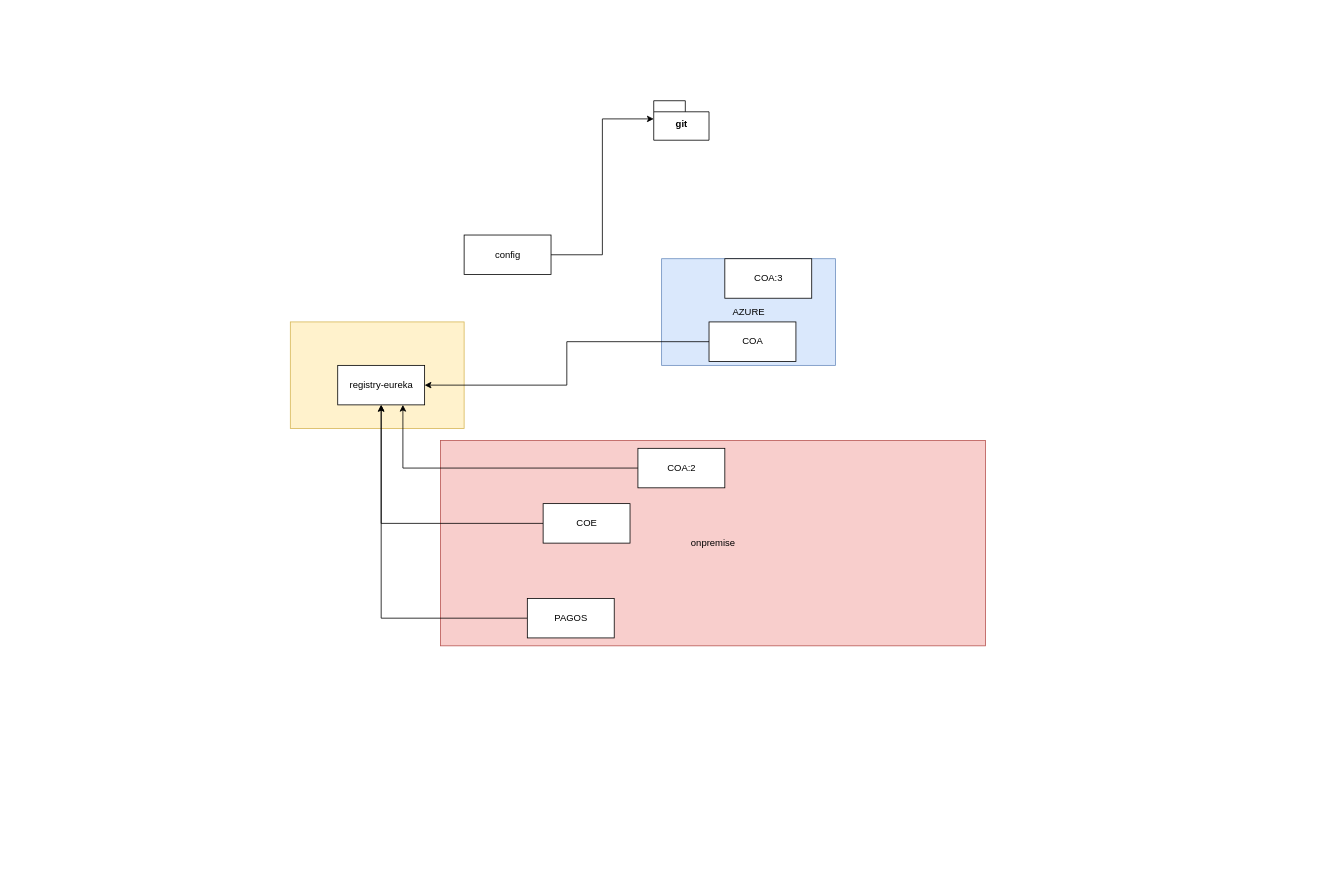
This is page "Página-3" (3 of 4) of diagramas.drawio from gocahum/sistema-academia, a draw.io file, before an edit. Source tidied: cells renumbered, new cells numbered last; positions are measured from the earlier drawing's top-left corner, leaving out a move shared by most shapes. Both pictures are drawn from the tidied source at 79%, with x=0, y=0 at pixel (290, 100).
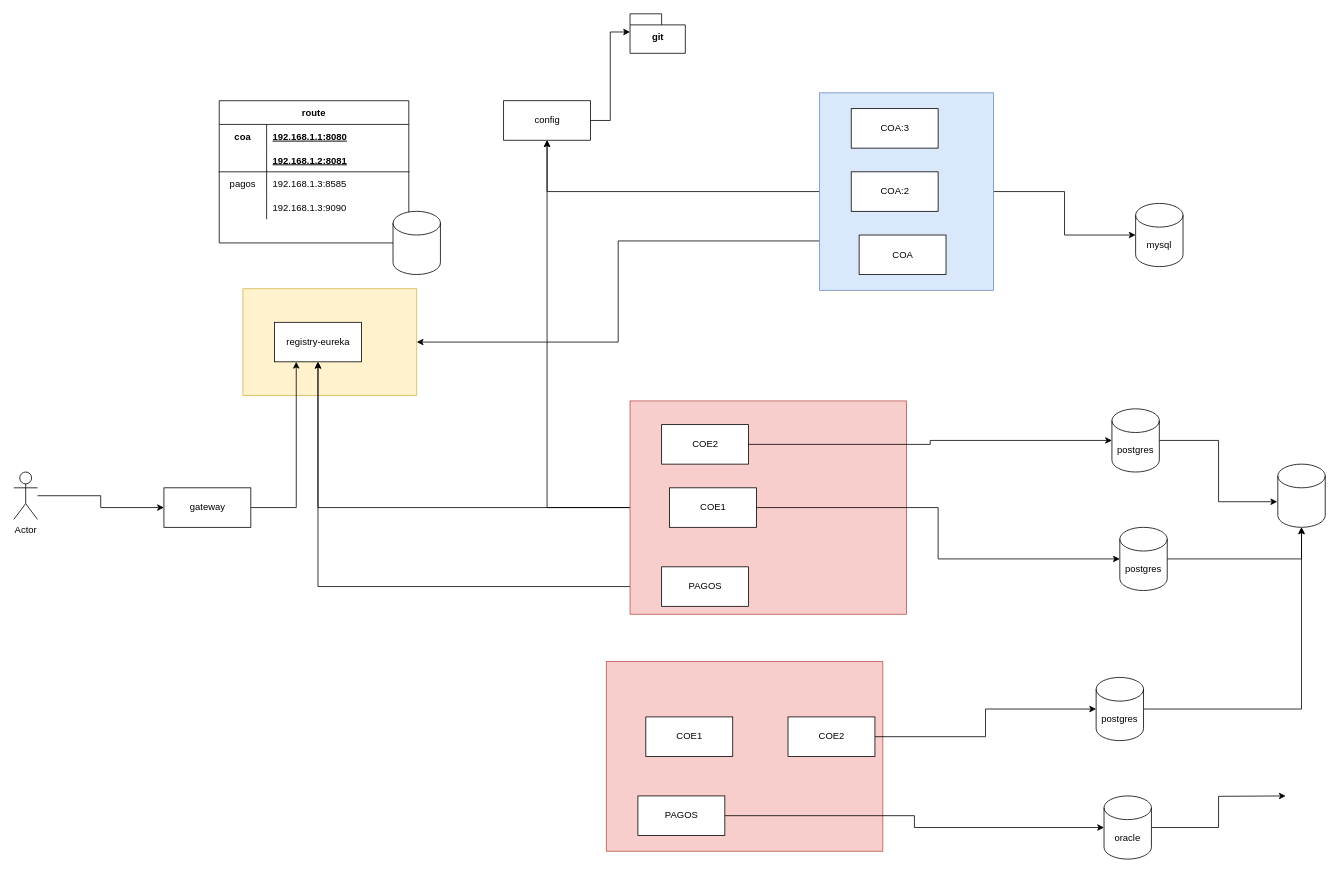
The same page after the edit.

The edit, as a diff of the source:
```diff
@@
     <mxCell id="2" style="html=1;fillColor=#fff2cc;strokeColor=#d6b656;" parent="1" vertex="1">
-      <mxGeometry y="280" width="220" height="135" as="geometry" />
+      <mxGeometry x="-60" y="238" width="220" height="135" as="geometry" />
     </mxCell>
-    <mxCell id="3" value="onpremise" style="html=1;fillColor=#f8cecc;strokeColor=#b85450;" parent="1" vertex="1">
-      <mxGeometry x="190" y="430" width="690" height="260" as="geometry" />
-    </mxCell>
+    <mxCell id="18" style="edgeStyle=orthogonalEdgeStyle;rounded=0;jettySize=auto;html=1;entryX=0.5;entryY=1;entryDx=0;entryDy=0;" parent="1" edge="1" source="3" target="12">
+      <mxGeometry relative="1" as="geometry" />
+    </mxCell>
+    <mxCell id="19" style="edgeStyle=orthogonalEdgeStyle;rounded=0;jettySize=auto;html=1;exitX=0;exitY=0.5;exitDx=0;exitDy=0;entryX=0.5;entryY=1;entryDx=0;entryDy=0;" parent="1" edge="1" source="4" target="12">
+      <mxGeometry relative="1" as="geometry" />
+    </mxCell>
+    <mxCell id="20" style="edgeStyle=orthogonalEdgeStyle;rounded=0;jettySize=auto;html=1;exitX=0;exitY=0.75;exitDx=0;exitDy=0;entryX=1;entryY=0.5;entryDx=0;entryDy=0;" parent="1" edge="1" source="4" target="2">
+      <mxGeometry relative="1" as="geometry" />
+    </mxCell>
+    <mxCell id="21" style="edgeStyle=orthogonalEdgeStyle;rounded=0;jettySize=auto;html=1;" parent="1" edge="1" source="4" target="49">
+      <mxGeometry relative="1" as="geometry" />
+    </mxCell>
-    <mxCell id="4" value="AZURE" style="html=1;fillColor=#dae8fc;strokeColor=#6c8ebf;" parent="1" vertex="1">
-      <mxGeometry x="470" y="200" width="220" height="135" as="geometry" />
+    <mxCell id="4" style="html=1;fillColor=#dae8fc;strokeColor=#6c8ebf;" parent="1" vertex="1">
+      <mxGeometry x="670" y="-10" width="220" height="250" as="geometry" />
     </mxCell>
-    <mxCell id="5" style="edgeStyle=orthogonalEdgeStyle;rounded=0;jettySize=auto;html=1;entryX=1;entryY=0.5;entryDx=0;entryDy=0;" parent="1" edge="1" source="6" target="14">
-      <mxGeometry relative="1" as="geometry" />
-    </mxCell>
     <mxCell id="6" value="COA" style="html=1;" parent="1" vertex="1">
-      <mxGeometry x="530" y="280" width="110" height="50" as="geometry" />
+      <mxGeometry x="720" y="170" width="110" height="50" as="geometry" />
     </mxCell>
@@
-    <mxCell id="8" value="COE" style="html=1;" parent="1" vertex="1">
-      <mxGeometry x="320" y="510" width="110" height="50" as="geometry" />
-    </mxCell>
@@
-    <mxCell id="10" value="PAGOS" style="html=1;" parent="1" vertex="1">
-      <mxGeometry x="300" y="630" width="110" height="50" as="geometry" />
-    </mxCell>
@@
     <mxCell id="12" value="config" style="html=1;" parent="1" vertex="1">
-      <mxGeometry x="220" y="170" width="110" height="50" as="geometry" />
+      <mxGeometry x="270" width="110" height="50" as="geometry" />
     </mxCell>
     <mxCell id="13" value="git" style="shape=folder;fontStyle=1;spacingTop=10;tabWidth=40;tabHeight=14;tabPosition=left;html=1;" parent="1" vertex="1">
-      <mxGeometry x="460" width="70" height="50" as="geometry" />
+      <mxGeometry x="430" y="-110" width="70" height="50" as="geometry" />
     </mxCell>
     <mxCell id="14" value="registry-eureka" style="html=1;" parent="1" vertex="1">
-      <mxGeometry x="60" y="335" width="110" height="50" as="geometry" />
+      <mxGeometry x="-20" y="280.5" width="110" height="50" as="geometry" />
     </mxCell>
-    <mxCell id="15" style="edgeStyle=orthogonalEdgeStyle;rounded=0;jettySize=auto;html=1;entryX=0.75;entryY=1;entryDx=0;entryDy=0;" parent="1" edge="1" source="16" target="14">
-      <mxGeometry relative="1" as="geometry" />
-    </mxCell>
     <mxCell id="16" value="COA:2" style="html=1;" parent="1" vertex="1">
-      <mxGeometry x="440" y="440" width="110" height="50" as="geometry" />
+      <mxGeometry x="710" y="90" width="110" height="50" as="geometry" />
     </mxCell>
     <mxCell id="17" value="COA:3" style="html=1;" parent="1" vertex="1">
-      <mxGeometry x="550" y="200" width="110" height="50" as="geometry" />
+      <mxGeometry x="710" y="10" width="110" height="50" as="geometry" />
     </mxCell>
+    <mxCell id="22" style="edgeStyle=orthogonalEdgeStyle;rounded=0;jettySize=auto;html=1;entryX=0.25;entryY=1;entryDx=0;entryDy=0;" parent="1" edge="1" source="23" target="14">
+      <mxGeometry relative="1" as="geometry" />
+    </mxCell>
+    <mxCell id="23" value="gateway" style="html=1;" parent="1" vertex="1">
+      <mxGeometry x="-160" y="490" width="110" height="50" as="geometry" />
+    </mxCell>
+    <mxCell id="24" value="route" style="shape=table;startSize=30;childLayout=tableLayout;rowLines=0;fontStyle=1;align=center;" parent="1" vertex="1">
+      <mxGeometry x="-90" width="240" height="180" as="geometry" />
+    </mxCell>
+    <mxCell id="25" style="shape=tableRow;horizontal=0;startSize=0;swimlaneHead=0;swimlaneBody=0;fillColor=none;top=0;left=0;right=0;bottom=0;" parent="24" vertex="1">
+      <mxGeometry y="30" width="240" height="30" as="geometry" />
+    </mxCell>
+    <mxCell id="26" value="coa" style="shape=partialRectangle;fillColor=none;top=0;left=0;bottom=0;right=0;fontStyle=1;overflow=hidden;" parent="25" vertex="1">
+      <mxGeometry width="60" height="30" as="geometry" />
+    </mxCell>
+    <mxCell id="27" value="192.168.1.1:8080" style="shape=partialRectangle;fillColor=none;top=0;left=0;bottom=0;right=0;align=left;spacingLeft=6;fontStyle=5;overflow=hidden;" parent="25" vertex="1">
+      <mxGeometry x="60" width="180" height="30" as="geometry" />
+    </mxCell>
+    <mxCell id="28" style="shape=tableRow;horizontal=0;startSize=0;swimlaneHead=0;swimlaneBody=0;fillColor=none;top=0;left=0;right=0;bottom=1;" parent="24" vertex="1">
+      <mxGeometry y="60" width="240" height="30" as="geometry" />
+    </mxCell>
+    <mxCell id="29" style="shape=partialRectangle;fillColor=none;top=0;left=0;bottom=0;right=0;fontStyle=1;overflow=hidden;" parent="28" vertex="1">
+      <mxGeometry width="60" height="30" as="geometry" />
+    </mxCell>
+    <mxCell id="30" value="192.168.1.2:8081" style="shape=partialRectangle;fillColor=none;top=0;left=0;bottom=0;right=0;align=left;spacingLeft=6;fontStyle=5;overflow=hidden;" parent="28" vertex="1">
+      <mxGeometry x="60" width="180" height="30" as="geometry" />
+    </mxCell>
+    <mxCell id="31" style="shape=tableRow;horizontal=0;startSize=0;swimlaneHead=0;swimlaneBody=0;fillColor=none;top=0;left=0;right=0;bottom=0;" parent="24" vertex="1">
+      <mxGeometry y="90" width="240" height="30" as="geometry" />
+    </mxCell>
+    <mxCell id="32" value="pagos" style="shape=partialRectangle;fillColor=none;top=0;left=0;bottom=0;right=0;overflow=hidden;" parent="31" vertex="1">
+      <mxGeometry width="60" height="30" as="geometry" />
+    </mxCell>
+    <mxCell id="33" value="192.168.1.3:8585" style="shape=partialRectangle;fillColor=none;top=0;left=0;bottom=0;right=0;align=left;spacingLeft=6;overflow=hidden;" parent="31" vertex="1">
+      <mxGeometry x="60" width="180" height="30" as="geometry" />
+    </mxCell>
+    <mxCell id="34" style="shape=tableRow;horizontal=0;startSize=0;swimlaneHead=0;swimlaneBody=0;fillColor=none;top=0;left=0;right=0;bottom=0;" parent="24" vertex="1">
+      <mxGeometry y="120" width="240" height="30" as="geometry" />
+    </mxCell>
+    <mxCell id="35" style="shape=partialRectangle;fillColor=none;top=0;left=0;bottom=0;right=0;overflow=hidden;" parent="34" vertex="1">
+      <mxGeometry width="60" height="30" as="geometry" />
+    </mxCell>
+    <mxCell id="36" value="192.168.1.3:9090" style="shape=partialRectangle;fillColor=none;top=0;left=0;bottom=0;right=0;align=left;spacingLeft=6;overflow=hidden;" parent="34" vertex="1">
+      <mxGeometry x="60" width="180" height="30" as="geometry" />
+    </mxCell>
+    <mxCell id="37" style="edgeStyle=orthogonalEdgeStyle;rounded=0;jettySize=auto;html=1;entryX=0;entryY=0.5;entryDx=0;entryDy=0;" parent="1" edge="1" source="38" target="23">
+      <mxGeometry relative="1" as="geometry" />
+    </mxCell>
+    <mxCell id="38" value="Actor" style="shape=umlActor;verticalLabelPosition=bottom;verticalAlign=top;html=1;outlineConnect=0;" parent="1" vertex="1">
+      <mxGeometry x="-350" y="470" width="30" height="60" as="geometry" />
+    </mxCell>
+    <mxCell id="39" style="group;" parent="1" vertex="1">
+      <mxGeometry x="430" y="420" width="350" height="240" as="geometry" />
+    </mxCell>
+    <mxCell id="3" style="html=1;fillColor=#f8cecc;strokeColor=#b85450;" parent="39" vertex="1">
+      <mxGeometry y="-40" width="350" height="270" as="geometry" />
+    </mxCell>
+    <mxCell id="8" value="COE1" style="html=1;" parent="39" vertex="1">
+      <mxGeometry x="50" y="70" width="110" height="50" as="geometry" />
+    </mxCell>
+    <mxCell id="10" value="PAGOS" style="html=1;" parent="39" vertex="1">
+      <mxGeometry x="40" y="170" width="110" height="50" as="geometry" />
+    </mxCell>
+    <mxCell id="40" value="COE2" style="html=1;" parent="39" vertex="1">
+      <mxGeometry x="40" y="-10" width="110" height="50" as="geometry" />
+    </mxCell>
+    <mxCell id="41" style="group;" parent="1" vertex="1">
+      <mxGeometry x="400" y="710" width="350" height="240" as="geometry" />
+    </mxCell>
+    <mxCell id="42" style="html=1;fillColor=#f8cecc;strokeColor=#b85450;" parent="41" vertex="1">
+      <mxGeometry width="350" height="240" as="geometry" />
+    </mxCell>
+    <mxCell id="43" value="COE1" style="html=1;" parent="41" vertex="1">
+      <mxGeometry x="50" y="70" width="110" height="50" as="geometry" />
+    </mxCell>
+    <mxCell id="44" value="PAGOS" style="html=1;" parent="41" vertex="1">
+      <mxGeometry x="40" y="170" width="110" height="50" as="geometry" />
+    </mxCell>
+    <mxCell id="45" value="COE2" style="html=1;" parent="41" vertex="1">
+      <mxGeometry x="230" y="70" width="110" height="50" as="geometry" />
+    </mxCell>
+    <mxCell id="46" style="shape=cylinder3;whiteSpace=wrap;html=1;boundedLbl=1;backgroundOutline=1;size=15;" parent="1" vertex="1">
+      <mxGeometry x="130" y="140" width="60" height="80" as="geometry" />
+    </mxCell>
+    <mxCell id="47" style="edgeStyle=orthogonalEdgeStyle;rounded=0;jettySize=auto;html=1;entryX=-0.012;entryY=0.595;entryDx=0;entryDy=0;entryPerimeter=0;" parent="1" edge="1" source="48" target="54">
+      <mxGeometry relative="1" as="geometry" />
+    </mxCell>
+    <mxCell id="48" value="postgres" style="shape=cylinder3;whiteSpace=wrap;html=1;boundedLbl=1;backgroundOutline=1;size=15;" parent="1" vertex="1">
+      <mxGeometry x="1040" y="390" width="60" height="80" as="geometry" />
+    </mxCell>
+    <mxCell id="49" value="mysql" style="shape=cylinder3;whiteSpace=wrap;html=1;boundedLbl=1;backgroundOutline=1;size=15;" parent="1" vertex="1">
+      <mxGeometry x="1070" y="130" width="60" height="80" as="geometry" />
+    </mxCell>
+    <mxCell id="50" style="edgeStyle=orthogonalEdgeStyle;rounded=0;jettySize=auto;html=1;exitX=1;exitY=0.5;exitDx=0;exitDy=0;" parent="1" edge="1" source="40" target="48">
+      <mxGeometry relative="1" as="geometry" />
+    </mxCell>
+    <mxCell id="51" style="edgeStyle=orthogonalEdgeStyle;rounded=0;jettySize=auto;html=1;entryX=0.5;entryY=1;entryDx=0;entryDy=0;entryPerimeter=0;" parent="1" edge="1" source="52" target="54">
+      <mxGeometry relative="1" as="geometry" />
+    </mxCell>
+    <mxCell id="52" value="postgres" style="shape=cylinder3;whiteSpace=wrap;html=1;boundedLbl=1;backgroundOutline=1;size=15;" parent="1" vertex="1">
+      <mxGeometry x="1050" y="540" width="60" height="80" as="geometry" />
+    </mxCell>
+    <mxCell id="53" style="edgeStyle=orthogonalEdgeStyle;rounded=0;jettySize=auto;html=1;" parent="1" edge="1" source="8" target="52">
+      <mxGeometry relative="1" as="geometry" />
+    </mxCell>
+    <mxCell id="54" style="shape=cylinder3;whiteSpace=wrap;html=1;boundedLbl=1;backgroundOutline=1;size=15;" parent="1" vertex="1">
+      <mxGeometry x="1250" y="460" width="60" height="80" as="geometry" />
+    </mxCell>
+    <mxCell id="55" style="edgeStyle=orthogonalEdgeStyle;rounded=0;jettySize=auto;html=1;" parent="1" edge="1" source="56" target="54">
+      <mxGeometry relative="1" as="geometry" />
+    </mxCell>
+    <mxCell id="56" value="postgres" style="shape=cylinder3;whiteSpace=wrap;html=1;boundedLbl=1;backgroundOutline=1;size=15;" parent="1" vertex="1">
+      <mxGeometry x="1020" y="730" width="60" height="80" as="geometry" />
+    </mxCell>
+    <mxCell id="57" style="edgeStyle=orthogonalEdgeStyle;rounded=0;jettySize=auto;html=1;entryX=0.5;entryY=1;entryDx=0;entryDy=0;entryPerimeter=0;" parent="1" edge="1" source="58">
+      <mxGeometry relative="1" as="geometry">
+        <mxPoint x="1260" y="880" as="targetPoint" />
+      </mxGeometry>
+    </mxCell>
+    <mxCell id="58" value="oracle" style="shape=cylinder3;whiteSpace=wrap;html=1;boundedLbl=1;backgroundOutline=1;size=15;" parent="1" vertex="1">
+      <mxGeometry x="1030" y="880" width="60" height="80" as="geometry" />
+    </mxCell>
+    <mxCell id="59" style="edgeStyle=orthogonalEdgeStyle;rounded=0;jettySize=auto;html=1;" parent="1" edge="1" source="45" target="56">
+      <mxGeometry relative="1" as="geometry" />
+    </mxCell>
+    <mxCell id="60" style="edgeStyle=orthogonalEdgeStyle;rounded=0;jettySize=auto;html=1;" parent="1" edge="1" source="44" target="58">
+      <mxGeometry relative="1" as="geometry" />
+    </mxCell>
```
